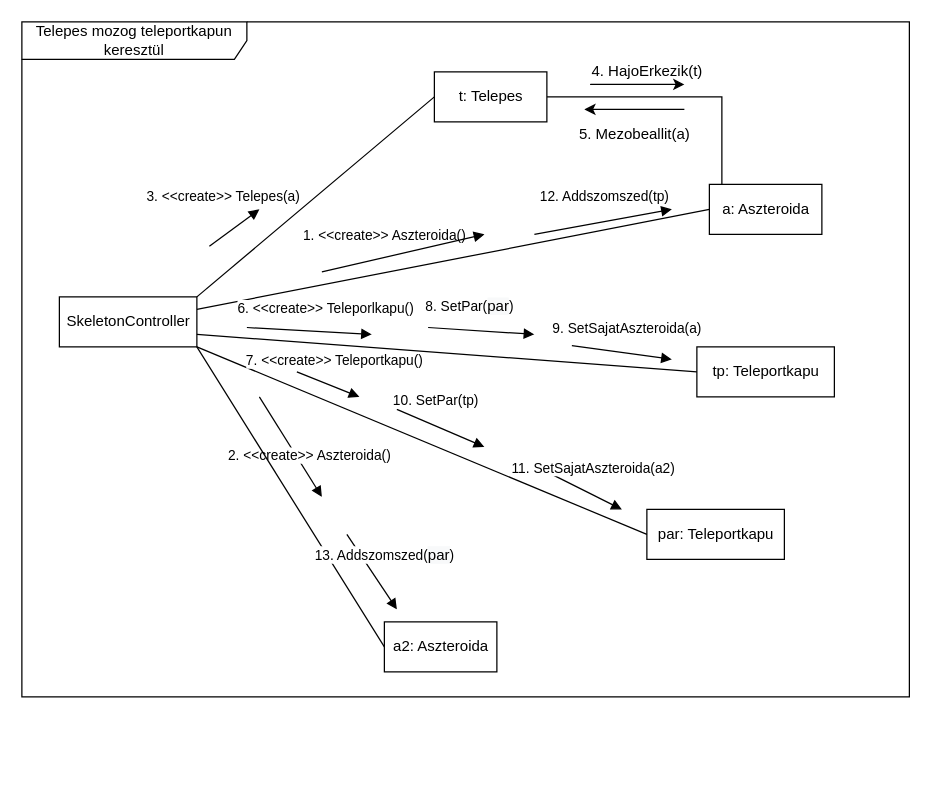
The draw.io diagram page "TelepesTPMozgas" (1 of 3) of doc/kommunikacio/TeleportMozgas.drawio in torpeBoiGo/aszteroidabanyaszat, before the edit. Source tidied: cells renumbered, new cells numbered last; positions are measured from the earlier drawing's top-left corner, leaving out a move shared by most shapes. Both pictures are drawn from the tidied source at 125%, with x=0, y=0 at pixel (21, 21).
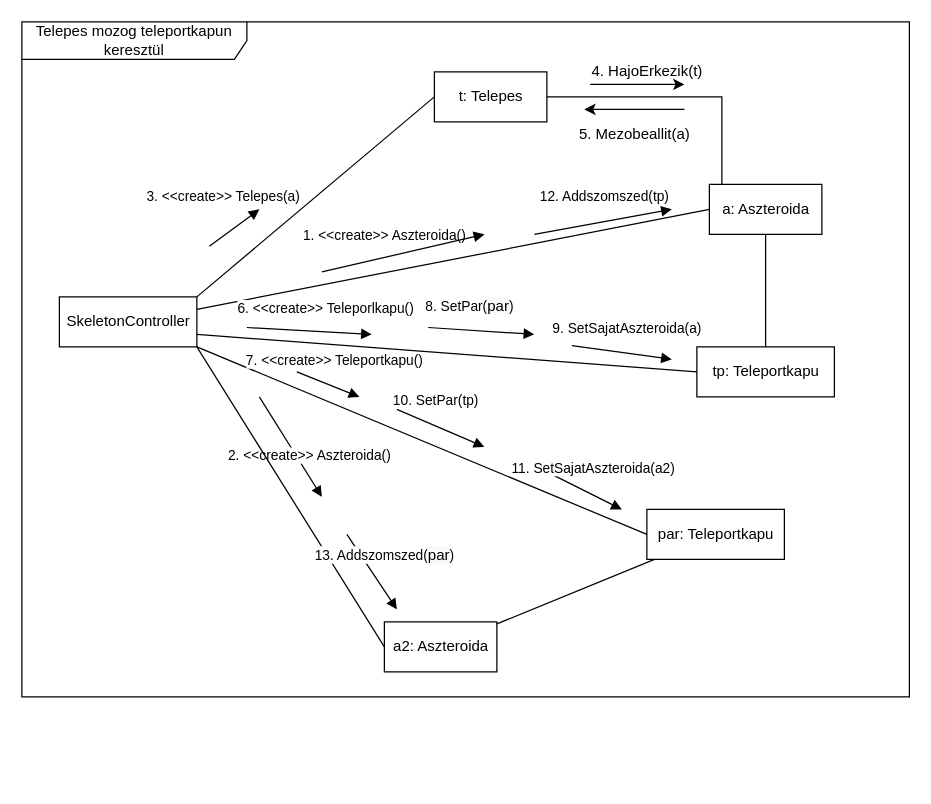
The same diagram, later.

Unchanged cells that the change refers to:
```xml
<mxCell id="5" value="a: Aszteroida" style="html=1;" parent="1" vertex="1">
  <mxGeometry x="550" y="130" width="90" height="40" as="geometry" />
</mxCell>
<mxCell id="6" value="tp: Teleportkapu" style="html=1;" parent="1" vertex="1">
  <mxGeometry x="540" y="260" width="110" height="40" as="geometry" />
</mxCell>
<mxCell id="12" value="a2: Aszteroida" style="html=1;" parent="1" vertex="1">
  <mxGeometry x="290" y="480" width="90" height="40" as="geometry" />
</mxCell>
<mxCell id="15" value="par: Teleportkapu" style="html=1;" parent="1" vertex="1">
  <mxGeometry x="500" y="390" width="110" height="40" as="geometry" />
</mxCell>
```

What changed in the source:
```diff
@@
+    <mxCell id="32" style="endArrow=none;html=1;" parent="1" edge="1" source="6" target="5">
+      <mxGeometry relative="1" as="geometry" />
+    </mxCell>
+    <mxCell id="33" style="endArrow=none;html=1;" parent="1" edge="1" source="12" target="15">
+      <mxGeometry relative="1" as="geometry" />
+    </mxCell>
```
